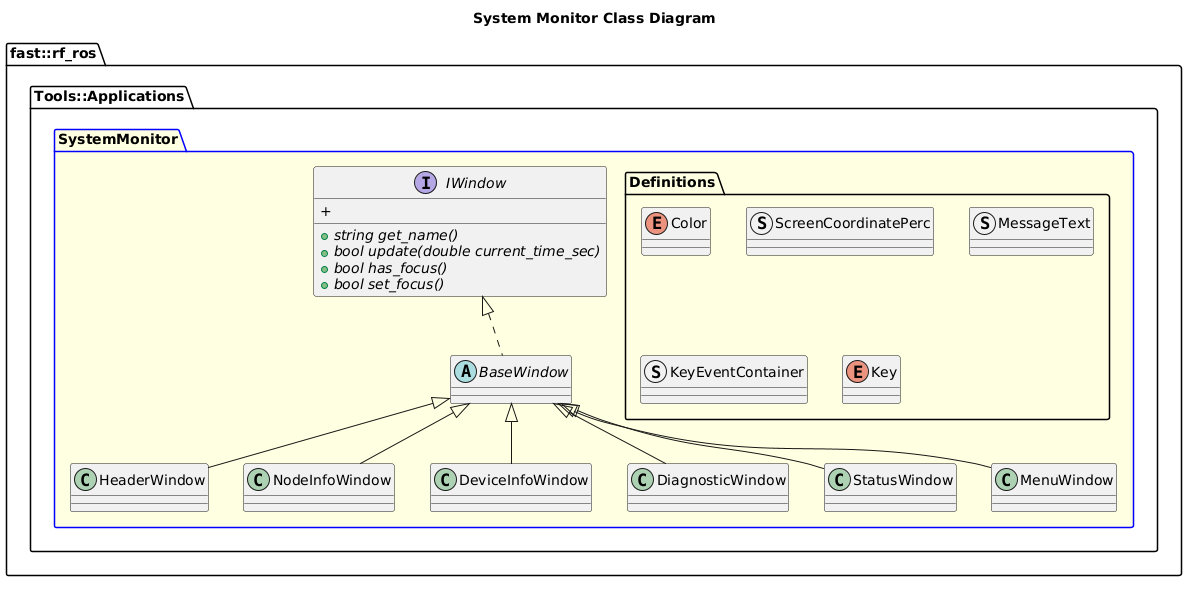
Earlier version of the PlantUML export Tools/Applications/SystemMonitor/doc/puml/SystemMonitorClassDiagram.png (fastrobotics/robot_framework_ros).
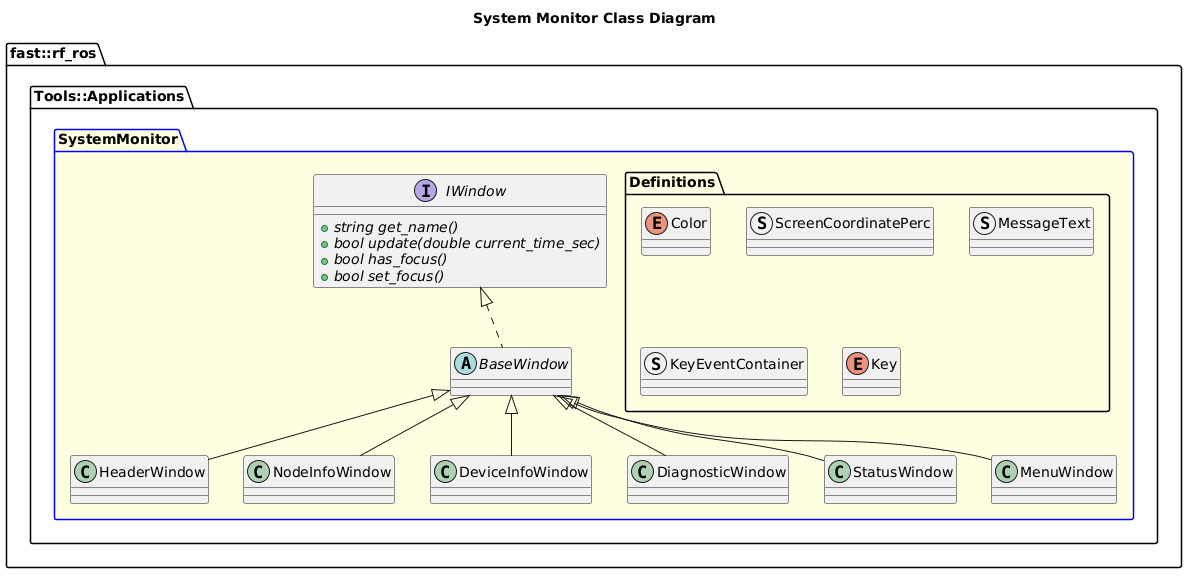
Above is the later version.

What changed in the source:
```diff
@@ -16,7 +16,6 @@
                 +{abstract} bool update(double current_time_sec)
                 +{abstract} bool has_focus()
                 +{abstract} bool set_focus()
-                +{abstract}
             }
             abstract BaseWindow {
 
```
